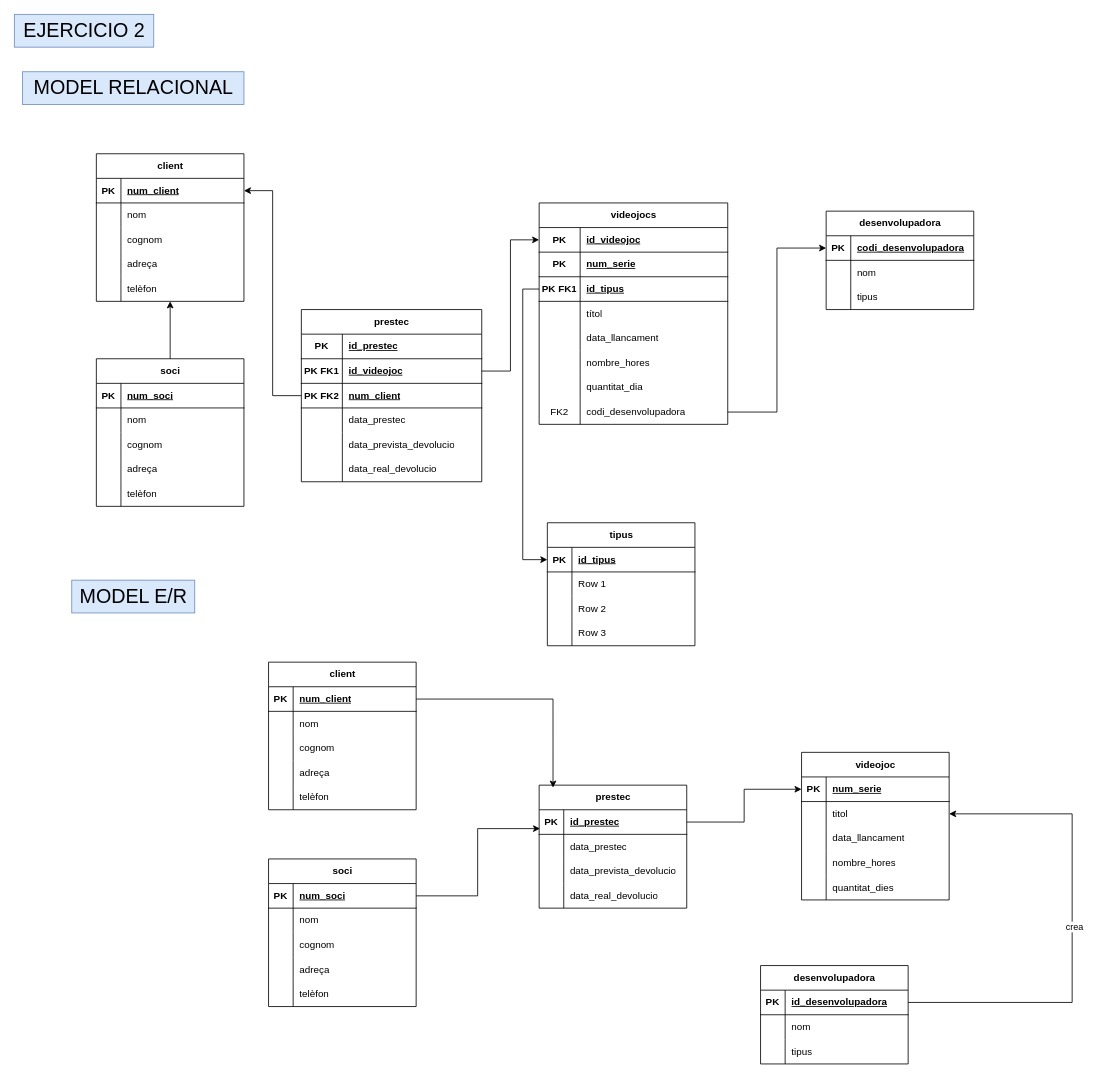
The draw.io diagram M02_RA6_act2.drawio in victor06-git/base_de_dades, before the edit. Source tidied: cells renumbered, new cells numbered last; positions are measured from the earlier drawing's top-left corner, leaving out a move shared by most shapes. Both pictures are drawn from the tidied source at 82%, with x=0, y=0 at pixel (14, 14).
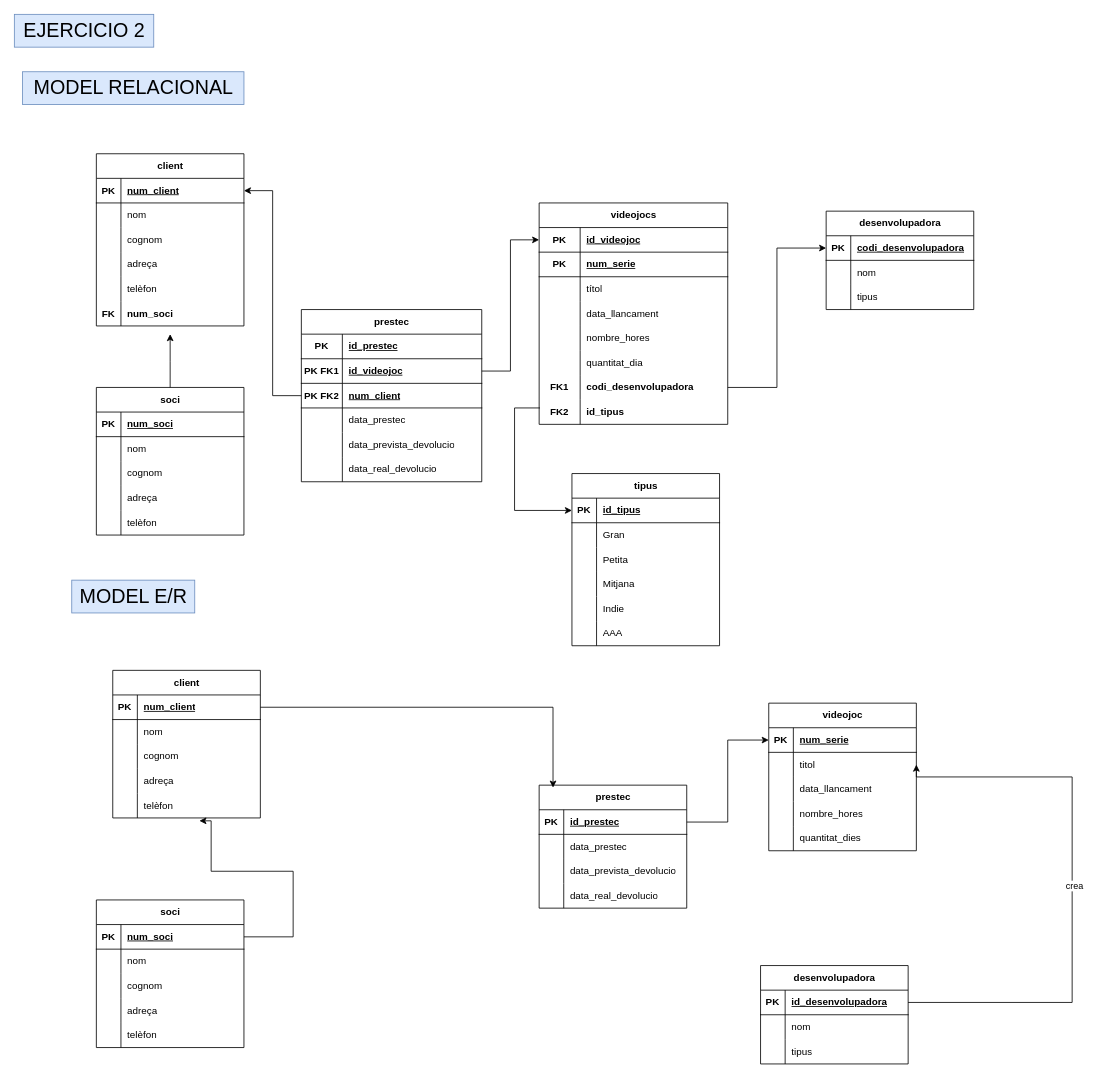
The same diagram, later.

The change refers to these unchanged cells:
```xml
<mxCell id="15" style="shape=tableRow;horizontal=0;startSize=0;swimlaneHead=0;swimlaneBody=0;fillColor=none;points=[[0,0.5],[1,0.5]];portConstraint=eastwest;top=0;left=0;right=0;bottom=0;" parent="2" vertex="1">
  <mxGeometry y="150" width="180" height="30" as="geometry" />
</mxCell>
<mxCell id="21" value="videojocs" style="shape=table;startSize=30;childLayout=tableLayout;rowLines=0;fontStyle=1;align=center;html=1;" parent="1" vertex="1">
  <mxGeometry x="640" y="230" width="230" height="270" as="geometry" />
</mxCell>
<mxCell id="57" style="shape=tableRow;horizontal=0;startSize=0;swimlaneHead=0;swimlaneBody=0;fillColor=none;points=[[0,0.5],[1,0.5]];portConstraint=eastwest;top=0;left=0;right=0;bottom=1;" parent="56" vertex="1">
  <mxGeometry y="30" width="180" height="30" as="geometry" />
</mxCell>
<mxCell id="60" style="shape=tableRow;horizontal=0;startSize=0;swimlaneHead=0;swimlaneBody=0;fillColor=none;top=0;left=0;right=0;bottom=0;" parent="56" vertex="1">
  <mxGeometry y="60" width="180" height="30" as="geometry" />
</mxCell>
<mxCell id="63" style="shape=tableRow;horizontal=0;startSize=0;swimlaneHead=0;swimlaneBody=0;fillColor=none;top=0;left=0;right=0;bottom=0;" parent="56" vertex="1">
  <mxGeometry y="90" width="180" height="30" as="geometry" />
</mxCell>
<mxCell id="66" style="shape=tableRow;horizontal=0;startSize=0;swimlaneHead=0;swimlaneBody=0;fillColor=none;top=0;left=0;right=0;bottom=0;" parent="56" vertex="1">
  <mxGeometry y="120" width="180" height="30" as="geometry" />
</mxCell>
<mxCell id="103" style="shape=tableRow;horizontal=0;startSize=0;swimlaneHead=0;swimlaneBody=0;fillColor=none;points=[[0,0.5],[1,0.5]];portConstraint=eastwest;top=0;left=0;right=0;bottom=0;" parent="90" vertex="1">
  <mxGeometry y="150" width="180" height="30" as="geometry" />
</mxCell>
<mxCell id="107" style="shape=tableRow;horizontal=0;startSize=0;swimlaneHead=0;swimlaneBody=0;fillColor=none;points=[[0,0.5],[1,0.5]];portConstraint=eastwest;top=0;left=0;right=0;bottom=1;" parent="106" vertex="1">
  <mxGeometry y="30" width="180" height="30" as="geometry" />
</mxCell>
<mxCell id="126" style="shape=tableRow;horizontal=0;startSize=0;swimlaneHead=0;swimlaneBody=0;fillColor=none;points=[[0,0.5],[1,0.5]];portConstraint=eastwest;top=0;left=0;right=0;bottom=0;" parent="122" vertex="1">
  <mxGeometry y="60" width="180" height="30" as="geometry" />
</mxCell>
<mxCell id="139" style="shape=tableRow;horizontal=0;startSize=0;swimlaneHead=0;swimlaneBody=0;fillColor=none;points=[[0,0.5],[1,0.5]];portConstraint=eastwest;top=0;left=0;right=0;bottom=1;" parent="138" vertex="1">
  <mxGeometry y="30" width="180" height="30" as="geometry" />
</mxCell>
<mxCell id="155" style="shape=tableRow;horizontal=0;startSize=0;swimlaneHead=0;swimlaneBody=0;fillColor=none;points=[[0,0.5],[1,0.5]];portConstraint=eastwest;top=0;left=0;right=0;bottom=1;" parent="154" vertex="1">
  <mxGeometry y="30" width="180" height="30" as="geometry" />
</mxCell>
```

Change to the diagram source:
```diff
@@
     <mxCell id="2" value="client" style="shape=table;startSize=30;childLayout=tableLayout;rowLines=0;fontStyle=1;align=center;html=1;" parent="1" vertex="1">
-      <mxGeometry x="100" y="170" width="180" height="180" as="geometry" />
+      <mxGeometry x="100" y="170" width="180" height="210" as="geometry" />
     </mxCell>
@@
+    <mxCell id="187" style="shape=tableRow;horizontal=0;startSize=0;swimlaneHead=0;swimlaneBody=0;fillColor=none;top=0;left=0;right=0;bottom=0;" parent="2" vertex="1">
+      <mxGeometry y="180" width="180" height="30" as="geometry" />
+    </mxCell>
+    <mxCell id="188" value="&lt;b&gt;FK&lt;/b&gt;" style="shape=partialRectangle;fillColor=none;top=0;left=0;bottom=0;right=0;overflow=hidden;whiteSpace=wrap;html=1;" parent="187" vertex="1">
+      <mxGeometry width="30" height="30" as="geometry" />
+    </mxCell>
+    <mxCell id="189" value="&lt;b&gt;num_soci&lt;/b&gt;" style="shape=partialRectangle;fillColor=none;top=0;left=0;bottom=0;right=0;align=left;spacingLeft=6;overflow=hidden;whiteSpace=wrap;html=1;" parent="187" vertex="1">
+      <mxGeometry x="30" width="150" height="30" as="geometry" />
+    </mxCell>
@@
-    <mxCell id="28" style="shape=tableRow;horizontal=0;startSize=0;swimlaneHead=0;swimlaneBody=0;fillColor=none;points=[[0,0.5],[1,0.5]];portConstraint=eastwest;top=0;left=0;right=0;bottom=1;" parent="21" vertex="1">
-      <mxGeometry y="90" width="230" height="30" as="geometry" />
-    </mxCell>
-    <mxCell id="29" value="PK FK1" style="shape=partialRectangle;fillColor=none;top=0;left=0;bottom=0;right=0;fontStyle=1;overflow=hidden;whiteSpace=wrap;html=1;" parent="28" vertex="1">
-      <mxGeometry width="50" height="30" as="geometry" />
-    </mxCell>
-    <mxCell id="30" value="id_tipus" style="shape=partialRectangle;fillColor=none;top=0;left=0;bottom=0;right=0;align=left;spacingLeft=6;fontStyle=5;overflow=hidden;whiteSpace=wrap;html=1;" parent="28" vertex="1">
-      <mxGeometry x="50" width="180" height="30" as="geometry" />
-    </mxCell>
     <mxCell id="31" style="shape=tableRow;horizontal=0;startSize=0;swimlaneHead=0;swimlaneBody=0;fillColor=none;top=0;left=0;right=0;bottom=0;" parent="21" vertex="1">
-      <mxGeometry y="120" width="230" height="30" as="geometry" />
+      <mxGeometry y="90" width="230" height="30" as="geometry" />
     </mxCell>
@@
     <mxCell id="34" style="shape=tableRow;horizontal=0;startSize=0;swimlaneHead=0;swimlaneBody=0;fillColor=none;top=0;left=0;right=0;bottom=0;" parent="21" vertex="1">
-      <mxGeometry y="150" width="230" height="30" as="geometry" />
+      <mxGeometry y="120" width="230" height="30" as="geometry" />
     </mxCell>
@@
     <mxCell id="37" style="shape=tableRow;horizontal=0;startSize=0;swimlaneHead=0;swimlaneBody=0;fillColor=none;top=0;left=0;right=0;bottom=0;" parent="21" vertex="1">
-      <mxGeometry y="180" width="230" height="30" as="geometry" />
+      <mxGeometry y="150" width="230" height="30" as="geometry" />
     </mxCell>
@@
     <mxCell id="40" style="shape=tableRow;horizontal=0;startSize=0;swimlaneHead=0;swimlaneBody=0;fillColor=none;top=0;left=0;right=0;bottom=0;" parent="21" vertex="1">
-      <mxGeometry y="210" width="230" height="30" as="geometry" />
+      <mxGeometry y="180" width="230" height="30" as="geometry" />
     </mxCell>
@@
     <mxCell id="43" style="shape=tableRow;horizontal=0;startSize=0;swimlaneHead=0;swimlaneBody=0;fillColor=none;points=[[0,0.5],[1,0.5]];portConstraint=eastwest;top=0;left=0;right=0;bottom=0;" parent="21" vertex="1">
-      <mxGeometry y="240" width="230" height="30" as="geometry" />
+      <mxGeometry y="210" width="230" height="30" as="geometry" />
     </mxCell>
-    <mxCell id="44" value="FK2" style="shape=partialRectangle;fillColor=none;top=0;left=0;bottom=0;right=0;overflow=hidden;whiteSpace=wrap;html=1;" parent="43" vertex="1">
+    <mxCell id="44" value="&lt;b&gt;FK1&lt;/b&gt;" style="shape=partialRectangle;fillColor=none;top=0;left=0;bottom=0;right=0;overflow=hidden;whiteSpace=wrap;html=1;" parent="43" vertex="1">
       <mxGeometry width="50" height="30" as="geometry" />
     </mxCell>
-    <mxCell id="45" value="codi_desenvolupadora" style="shape=partialRectangle;fillColor=none;top=0;left=0;bottom=0;right=0;align=left;spacingLeft=6;overflow=hidden;whiteSpace=wrap;html=1;" parent="43" vertex="1">
+    <mxCell id="45" value="&lt;b&gt;codi_desenvolupadora&lt;/b&gt;" style="shape=partialRectangle;fillColor=none;top=0;left=0;bottom=0;right=0;align=left;spacingLeft=6;overflow=hidden;whiteSpace=wrap;html=1;" parent="43" vertex="1">
       <mxGeometry x="50" width="180" height="30" as="geometry" />
     </mxCell>
+    <mxCell id="190" style="shape=tableRow;horizontal=0;startSize=0;swimlaneHead=0;swimlaneBody=0;fillColor=none;top=0;left=0;right=0;bottom=0;" parent="21" vertex="1">
+      <mxGeometry y="240" width="230" height="30" as="geometry" />
+    </mxCell>
+    <mxCell id="191" value="&lt;b&gt;FK2&lt;/b&gt;" style="shape=partialRectangle;fillColor=none;top=0;left=0;bottom=0;right=0;overflow=hidden;whiteSpace=wrap;html=1;" parent="190" vertex="1">
+      <mxGeometry width="50" height="30" as="geometry" />
+    </mxCell>
+    <mxCell id="30" value="&lt;b&gt;id_tipus&lt;/b&gt;" style="shape=partialRectangle;fillColor=none;top=0;left=0;bottom=0;right=0;align=left;spacingLeft=6;overflow=hidden;whiteSpace=wrap;html=1;" parent="190" vertex="1">
+      <mxGeometry x="50" width="180" height="30" as="geometry" />
+    </mxCell>
@@
     <mxCell id="56" value="tipus" style="shape=table;startSize=30;childLayout=tableLayout;rowLines=0;fontStyle=1;align=center;html=1;" parent="1" vertex="1">
-      <mxGeometry x="650" y="620" width="180" height="150" as="geometry" />
+      <mxGeometry x="680" y="560" width="180" height="210" as="geometry" />
     </mxCell>
@@
-    <mxCell id="62" value="Row 1" style="shape=partialRectangle;fillColor=none;top=0;left=0;bottom=0;right=0;align=left;spacingLeft=6;overflow=hidden;whiteSpace=wrap;html=1;" parent="60" vertex="1">
+    <mxCell id="62" value="Gran" style="shape=partialRectangle;fillColor=none;top=0;left=0;bottom=0;right=0;align=left;spacingLeft=6;overflow=hidden;whiteSpace=wrap;html=1;" parent="60" vertex="1">
       <mxGeometry x="30" width="150" height="30" as="geometry" />
     </mxCell>
@@
-    <mxCell id="65" value="Row 2" style="shape=partialRectangle;fillColor=none;top=0;left=0;bottom=0;right=0;align=left;spacingLeft=6;overflow=hidden;whiteSpace=wrap;html=1;" parent="63" vertex="1">
+    <mxCell id="65" value="Petita" style="shape=partialRectangle;fillColor=none;top=0;left=0;bottom=0;right=0;align=left;spacingLeft=6;overflow=hidden;whiteSpace=wrap;html=1;" parent="63" vertex="1">
       <mxGeometry x="30" width="150" height="30" as="geometry" />
     </mxCell>
@@
-    <mxCell id="68" value="Row 3" style="shape=partialRectangle;fillColor=none;top=0;left=0;bottom=0;right=0;align=left;spacingLeft=6;overflow=hidden;whiteSpace=wrap;html=1;" parent="66" vertex="1">
+    <mxCell id="68" value="Mitjana" style="shape=partialRectangle;fillColor=none;top=0;left=0;bottom=0;right=0;align=left;spacingLeft=6;overflow=hidden;whiteSpace=wrap;html=1;" parent="66" vertex="1">
       <mxGeometry x="30" width="150" height="30" as="geometry" />
     </mxCell>
+    <mxCell id="192" style="shape=tableRow;horizontal=0;startSize=0;swimlaneHead=0;swimlaneBody=0;fillColor=none;top=0;left=0;right=0;bottom=0;" parent="56" vertex="1">
+      <mxGeometry y="150" width="180" height="30" as="geometry" />
+    </mxCell>
+    <mxCell id="193" style="shape=partialRectangle;fillColor=none;top=0;left=0;bottom=0;right=0;overflow=hidden;whiteSpace=wrap;html=1;" parent="192" vertex="1">
+      <mxGeometry width="30" height="30" as="geometry" />
+    </mxCell>
+    <mxCell id="194" value="Indie" style="shape=partialRectangle;fillColor=none;top=0;left=0;bottom=0;right=0;align=left;spacingLeft=6;overflow=hidden;whiteSpace=wrap;html=1;" parent="192" vertex="1">
+      <mxGeometry x="30" width="150" height="30" as="geometry" />
+    </mxCell>
+    <mxCell id="195" style="shape=tableRow;horizontal=0;startSize=0;swimlaneHead=0;swimlaneBody=0;fillColor=none;top=0;left=0;right=0;bottom=0;" parent="56" vertex="1">
+      <mxGeometry y="180" width="180" height="30" as="geometry" />
+    </mxCell>
+    <mxCell id="196" style="shape=partialRectangle;fillColor=none;top=0;left=0;bottom=0;right=0;overflow=hidden;whiteSpace=wrap;html=1;" parent="195" vertex="1">
+      <mxGeometry width="30" height="30" as="geometry" />
+    </mxCell>
+    <mxCell id="197" value="AAA" style="shape=partialRectangle;fillColor=none;top=0;left=0;bottom=0;right=0;align=left;spacingLeft=6;overflow=hidden;whiteSpace=wrap;html=1;" parent="195" vertex="1">
+      <mxGeometry x="30" width="150" height="30" as="geometry" />
+    </mxCell>
@@
     <mxCell id="90" value="client" style="shape=table;startSize=30;childLayout=tableLayout;rowLines=0;fontStyle=1;align=center;html=1;" parent="1" vertex="1">
-      <mxGeometry x="310" y="790" width="180" height="180" as="geometry" />
+      <mxGeometry x="120" y="800" width="180" height="180" as="geometry" />
     </mxCell>
@@
     <mxCell id="106" value="soci" style="shape=table;startSize=30;childLayout=tableLayout;rowLines=0;fontStyle=1;align=center;html=1;" parent="1" vertex="1">
-      <mxGeometry x="310" y="1030" width="180" height="180" as="geometry" />
+      <mxGeometry x="100" y="1080" width="180" height="180" as="geometry" />
     </mxCell>
@@
     <mxCell id="122" value="videojoc" style="shape=table;startSize=30;childLayout=tableLayout;rowLines=0;fontStyle=1;align=center;html=1;" parent="1" vertex="1">
-      <mxGeometry x="960" y="900" width="180" height="180" as="geometry" />
+      <mxGeometry x="920" y="840" width="180" height="180" as="geometry" />
     </mxCell>
@@
-    <mxCell id="152" style="edgeStyle=orthogonalEdgeStyle;rounded=0;jettySize=auto;html=1;exitX=1;exitY=0.5;exitDx=0;exitDy=0;entryX=0.006;entryY=0.767;entryDx=0;entryDy=0;entryPerimeter=0;" parent="1" edge="1" source="107" target="139">
-      <mxGeometry relative="1" as="geometry" />
+    <mxCell id="152" style="edgeStyle=orthogonalEdgeStyle;rounded=0;jettySize=auto;html=1;exitX=1;exitY=0.5;exitDx=0;exitDy=0;entryX=0.587;entryY=1.117;entryDx=0;entryDy=0;entryPerimeter=0;" parent="1" edge="1" source="107" target="103">
+      <mxGeometry relative="1" as="geometry">
+        <Array as="points">
+          <mxPoint x="340" y="1125" />
+          <mxPoint x="340" y="1045" />
+          <mxPoint x="240" y="1045" />
+          <mxPoint x="240" y="984" />
+        </Array>
+      </mxGeometry>
     </mxCell>
@@
     <mxCell id="164" style="edgeStyle=orthogonalEdgeStyle;rounded=0;jettySize=auto;html=1;exitX=1;exitY=0.5;exitDx=0;exitDy=0;entryX=1;entryY=0.5;entryDx=0;entryDy=0;" parent="1" edge="1" source="155" target="126">
       <mxGeometry relative="1" as="geometry">
         <Array as="points">
           <mxPoint x="1290" y="1205" />
-          <mxPoint x="1290" y="975" />
+          <mxPoint x="1290" y="930" />
+          <mxPoint x="1100" y="930" />
         </Array>
       </mxGeometry>
     </mxCell>
@@
     <mxCell id="166" value="soci" style="shape=table;startSize=30;childLayout=tableLayout;rowLines=0;fontStyle=1;align=center;html=1;" parent="1" vertex="1">
-      <mxGeometry x="100" y="420" width="180" height="180" as="geometry" />
+      <mxGeometry x="100" y="455" width="180" height="180" as="geometry" />
     </mxCell>
@@
-    <mxCell id="182" style="edgeStyle=orthogonalEdgeStyle;rounded=0;jettySize=auto;html=1;exitX=0.5;exitY=0;exitDx=0;exitDy=0;entryX=0.5;entryY=1;entryDx=0;entryDy=0;entryPerimeter=0;" parent="1" edge="1" source="166" target="15">
-      <mxGeometry relative="1" as="geometry" />
+    <mxCell id="182" style="edgeStyle=orthogonalEdgeStyle;rounded=0;jettySize=auto;html=1;exitX=0.5;exitY=0;exitDx=0;exitDy=0;" parent="1" edge="1" source="166">
+      <mxGeometry relative="1" as="geometry">
+        <mxPoint x="190" y="390" as="targetPoint" />
+      </mxGeometry>
     </mxCell>
@@
-    <mxCell id="186" style="edgeStyle=orthogonalEdgeStyle;rounded=0;jettySize=auto;html=1;exitX=0;exitY=0.5;exitDx=0;exitDy=0;entryX=0;entryY=0.5;entryDx=0;entryDy=0;" parent="1" edge="1" source="28" target="57">
-      <mxGeometry relative="1" as="geometry" />
+    <mxCell id="186" style="edgeStyle=orthogonalEdgeStyle;rounded=0;jettySize=auto;html=1;entryX=0;entryY=0.5;entryDx=0;entryDy=0;" parent="1" edge="1" target="57">
+      <mxGeometry relative="1" as="geometry">
+        <mxPoint x="641" y="480" as="sourcePoint" />
+        <Array as="points">
+          <mxPoint x="610" y="480" />
+          <mxPoint x="610" y="605" />
+        </Array>
+      </mxGeometry>
     </mxCell>
```
